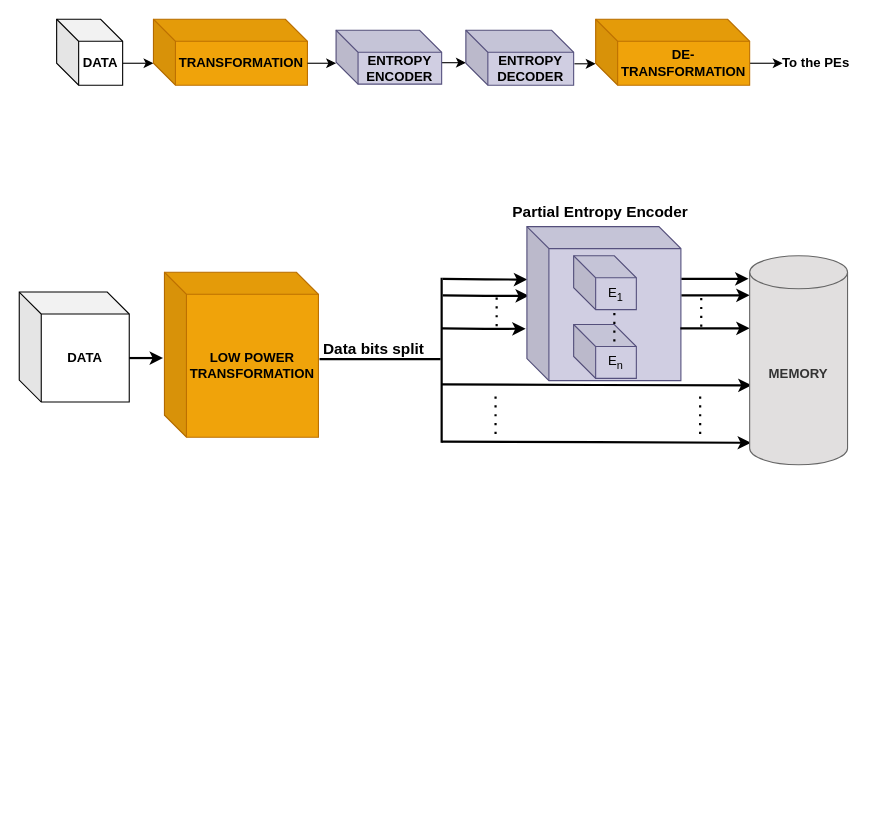
Earlier version of the draw.io diagram Proposed approach.drawio (Nithyarajoman/Drawio-figures). Source tidied: cells renumbered, new cells numbered last; positions are measured from the earlier drawing's top-left corner, leaving out a move shared by most shapes. Both pictures are drawn from the tidied source at 110%, with x=0, y=0 at pixel (19, 19).
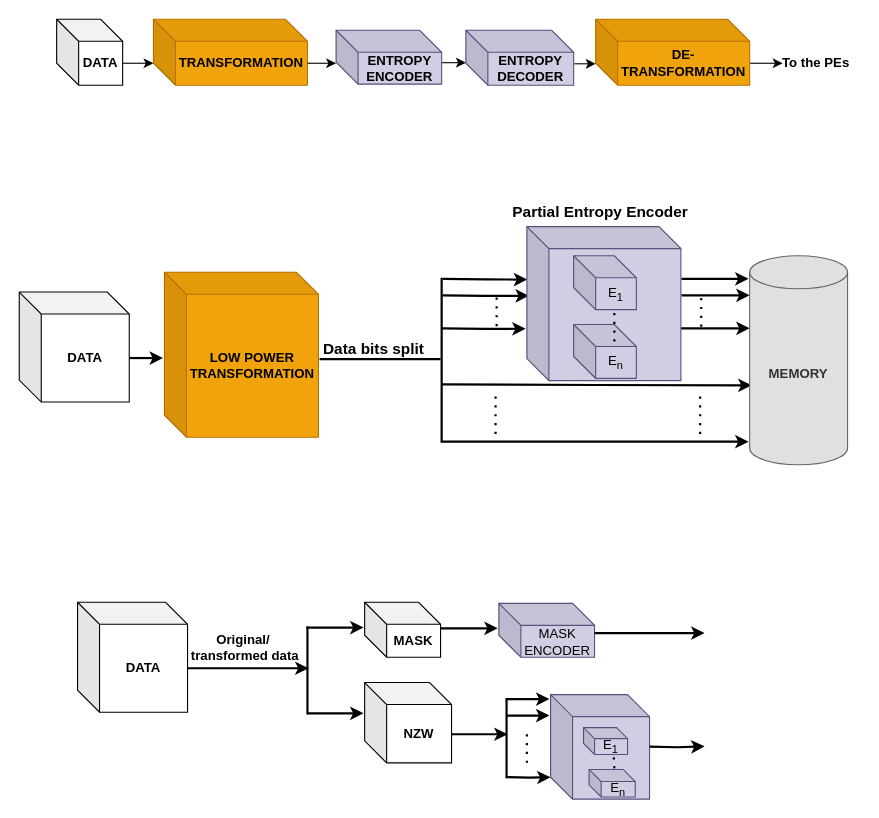
The same diagram, later.

Unchanged cells that the change refers to:
```xml
<mxCell id="32" value="&lt;b&gt;MEMORY&lt;/b&gt;" style="shape=cylinder3;whiteSpace=wrap;html=1;boundedLbl=1;backgroundOutline=1;size=15;fillColor=light-dark(#e1dfdf, #1a1a1a);strokeColor=#666666;fontColor=#333333;" parent="1" vertex="1">
  <mxGeometry x="664" y="215" width="89" height="190" as="geometry" />
</mxCell>
```

Change to the diagram source:
```diff
@@
-    <mxCell id="23" style="shape=cube;whiteSpace=wrap;html=1;boundedLbl=1;backgroundOutline=1;darkOpacity=0.05;darkOpacity2=0.1;fillColor=#d0cee2;strokeColor=#56517e;" parent="1" vertex="1">
-      <mxGeometry x="461.5" y="188.5" width="140" height="140" as="geometry" />
-    </mxCell>
@@
-    <mxCell id="26" style="edgeStyle=orthogonalEdgeStyle;rounded=0;jettySize=auto;html=1;exitX=0;exitY=0;exitDx=140;exitDy=40;exitPerimeter=0;strokeWidth=2;entryX=0.014;entryY=0.895;entryDx=0;entryDy=0;entryPerimeter=0;" parent="1" edge="1" target="32">
+    <mxCell id="26" style="edgeStyle=orthogonalEdgeStyle;rounded=0;orthogonalLoop=1;jettySize=auto;html=1;exitX=0;exitY=0;exitDx=140;exitDy=40;exitPerimeter=0;strokeWidth=2;" parent="1" edge="1">
       <mxGeometry relative="1" as="geometry">
         <mxPoint x="384" y="384" as="sourcePoint" />
+        <mxPoint x="663" y="384" as="targetPoint" />
       </mxGeometry>
     </mxCell>
@@
+    <mxCell id="38" value="&lt;b&gt;&lt;font&gt;DATA&lt;/font&gt;&lt;/b&gt;" style="shape=cube;whiteSpace=wrap;html=1;boundedLbl=1;backgroundOutline=1;darkOpacity=0.05;darkOpacity2=0.1;" parent="1" vertex="1">
+      <mxGeometry x="53" y="530" width="100" height="100" as="geometry" />
+    </mxCell>
+    <mxCell id="39" style="edgeStyle=orthogonalEdgeStyle;rounded=0;jettySize=auto;html=1;exitX=0;exitY=0;exitDx=100;exitDy=60;exitPerimeter=0;strokeWidth=2;" parent="1" edge="1" source="38">
+      <mxGeometry relative="1" as="geometry">
+        <mxPoint x="263" y="590" as="targetPoint" />
+      </mxGeometry>
+    </mxCell>
+    <mxCell id="40" value="&lt;b&gt;Original/&amp;nbsp;&lt;/b&gt;&lt;div&gt;&lt;b&gt;transformed data&lt;/b&gt;&lt;/div&gt;" style="text;html=1;align=center;verticalAlign=middle;strokeColor=none;fillColor=none;" parent="1" vertex="1">
+      <mxGeometry x="145" y="551" width="120" height="40" as="geometry" />
+    </mxCell>
+    <mxCell id="41" style="endArrow=none;html=1;rounded=0;strokeWidth=2;" parent="1" edge="1">
+      <mxGeometry relative="1" as="geometry">
+        <mxPoint x="262" y="632" as="sourcePoint" />
+        <mxPoint x="262" y="552" as="targetPoint" />
+      </mxGeometry>
+    </mxCell>
+    <mxCell id="42" style="edgeStyle=orthogonalEdgeStyle;rounded=0;orthogonalLoop=1;jettySize=auto;html=1;exitX=0;exitY=0;exitDx=140;exitDy=40;exitPerimeter=0;strokeWidth=2;" parent="1" edge="1">
+      <mxGeometry relative="1" as="geometry">
+        <mxPoint x="261" y="553" as="sourcePoint" />
+        <mxPoint x="313" y="553" as="targetPoint" />
+      </mxGeometry>
+    </mxCell>
+    <mxCell id="43" style="edgeStyle=orthogonalEdgeStyle;rounded=0;orthogonalLoop=1;jettySize=auto;html=1;exitX=0;exitY=0;exitDx=140;exitDy=40;exitPerimeter=0;strokeWidth=2;" parent="1" edge="1">
+      <mxGeometry relative="1" as="geometry">
+        <mxPoint x="262" y="631" as="sourcePoint" />
+        <mxPoint x="313" y="631" as="targetPoint" />
+      </mxGeometry>
+    </mxCell>
+    <mxCell id="44" value="&lt;b&gt;&lt;font&gt;MASK&lt;/font&gt;&lt;/b&gt;" style="shape=cube;whiteSpace=wrap;html=1;boundedLbl=1;backgroundOutline=1;darkOpacity=0.05;darkOpacity2=0.1;" parent="1" vertex="1">
+      <mxGeometry x="314" y="530" width="69" height="50" as="geometry" />
+    </mxCell>
+    <mxCell id="45" value="&lt;b&gt;NZW&lt;/b&gt;" style="shape=cube;whiteSpace=wrap;html=1;boundedLbl=1;backgroundOutline=1;darkOpacity=0.05;darkOpacity2=0.1;" parent="1" vertex="1">
+      <mxGeometry x="314" y="603" width="79" height="73" as="geometry" />
+    </mxCell>
+    <mxCell id="46" style="edgeStyle=orthogonalEdgeStyle;rounded=0;orthogonalLoop=1;jettySize=auto;html=1;exitX=0;exitY=0;exitDx=140;exitDy=40;exitPerimeter=0;strokeWidth=2;" parent="1" edge="1">
+      <mxGeometry relative="1" as="geometry">
+        <mxPoint x="383" y="553.7" as="sourcePoint" />
+        <mxPoint x="435" y="553.7" as="targetPoint" />
+      </mxGeometry>
+    </mxCell>
+    <mxCell id="47" value="MASK ENCODER" style="shape=cube;whiteSpace=wrap;html=1;boundedLbl=1;backgroundOutline=1;darkOpacity=0.05;darkOpacity2=0.1;fillColor=#d0cee2;strokeColor=#56517e;" parent="1" vertex="1">
+      <mxGeometry x="436" y="531" width="87" height="49" as="geometry" />
+    </mxCell>
+    <mxCell id="48" style="endArrow=none;html=1;rounded=0;strokeWidth=2;" parent="1" edge="1">
+      <mxGeometry relative="1" as="geometry">
+        <mxPoint x="443" y="690" as="sourcePoint" />
+        <mxPoint x="443" y="617" as="targetPoint" />
+      </mxGeometry>
+    </mxCell>
+    <mxCell id="49" style="edgeStyle=orthogonalEdgeStyle;rounded=0;orthogonalLoop=1;jettySize=auto;html=1;exitX=0;exitY=0;exitDx=140;exitDy=40;exitPerimeter=0;strokeWidth=2;" parent="1" edge="1">
+      <mxGeometry relative="1" as="geometry">
+        <mxPoint x="393" y="650" as="sourcePoint" />
+        <mxPoint x="444" y="650" as="targetPoint" />
+      </mxGeometry>
+    </mxCell>
+    <mxCell id="50" style="group;" parent="1" vertex="1">
+      <mxGeometry x="461.5" y="188.5" width="140" height="140" as="geometry" />
+    </mxCell>
+    <mxCell id="23" style="shape=cube;whiteSpace=wrap;html=1;boundedLbl=1;backgroundOutline=1;darkOpacity=0.05;darkOpacity2=0.1;fillColor=#d0cee2;strokeColor=#56517e;" parent="50" vertex="1">
+      <mxGeometry width="140" height="140" as="geometry" />
+    </mxCell>
-    <mxCell id="35" value="E&lt;sub&gt;1&lt;/sub&gt;" style="shape=cube;whiteSpace=wrap;html=1;boundedLbl=1;backgroundOutline=1;darkOpacity=0.05;darkOpacity2=0.1;fillColor=#d0cee2;strokeColor=#56517e;" parent="1" vertex="1">
-      <mxGeometry x="504" y="215" width="57" height="49" as="geometry" />
+    <mxCell id="35" value="E&lt;sub&gt;1&lt;/sub&gt;" style="shape=cube;whiteSpace=wrap;html=1;boundedLbl=1;backgroundOutline=1;darkOpacity=0.05;darkOpacity2=0.1;fillColor=#d0cee2;strokeColor=#56517e;" parent="50" vertex="1">
+      <mxGeometry x="42.5" y="26.5" width="57" height="49" as="geometry" />
     </mxCell>
-    <mxCell id="36" value="E&lt;sub&gt;n&lt;/sub&gt;" style="shape=cube;whiteSpace=wrap;html=1;boundedLbl=1;backgroundOutline=1;darkOpacity=0.05;darkOpacity2=0.1;fillColor=#d0cee2;strokeColor=#56517e;" parent="1" vertex="1">
-      <mxGeometry x="504" y="277.5" width="57" height="49" as="geometry" />
+    <mxCell id="36" value="E&lt;sub&gt;n&lt;/sub&gt;" style="shape=cube;whiteSpace=wrap;html=1;boundedLbl=1;backgroundOutline=1;darkOpacity=0.05;darkOpacity2=0.1;fillColor=#d0cee2;strokeColor=#56517e;" parent="50" vertex="1">
+      <mxGeometry x="42.5" y="89" width="57" height="49" as="geometry" />
     </mxCell>
-    <mxCell id="37" style="endArrow=none;dashed=1;html=1;dashPattern=1 3;strokeWidth=2;rounded=0;" parent="1" edge="1">
+    <mxCell id="37" style="endArrow=none;dashed=1;html=1;dashPattern=1 3;strokeWidth=2;rounded=0;" parent="50" edge="1">
       <mxGeometry relative="1" as="geometry">
-        <mxPoint x="541" y="293" as="sourcePoint" />
-        <mxPoint x="541" y="266" as="targetPoint" />
+        <mxPoint x="79.5" y="104.5" as="sourcePoint" />
+        <mxPoint x="79.5" y="77.5" as="targetPoint" />
       </mxGeometry>
     </mxCell>
+    <mxCell id="51" style="group;" parent="1" vertex="1">
+      <mxGeometry x="483" y="614" width="90" height="95" as="geometry" />
+    </mxCell>
+    <mxCell id="52" style="shape=cube;whiteSpace=wrap;html=1;boundedLbl=1;backgroundOutline=1;darkOpacity=0.05;darkOpacity2=0.1;fillColor=#d0cee2;strokeColor=#56517e;" parent="51" vertex="1">
+      <mxGeometry width="90" height="95" as="geometry" />
+    </mxCell>
+    <mxCell id="53" value="E&lt;sub&gt;1&lt;/sub&gt;" style="shape=cube;whiteSpace=wrap;html=1;boundedLbl=1;backgroundOutline=1;darkOpacity=0.05;darkOpacity2=0.1;fillColor=#d0cee2;strokeColor=#56517e;size=10;" parent="51" vertex="1">
+      <mxGeometry x="30" y="30" width="40" height="24.4" as="geometry" />
+    </mxCell>
+    <mxCell id="54" value="E&lt;sub&gt;n&lt;/sub&gt;" style="shape=cube;whiteSpace=wrap;html=1;boundedLbl=1;backgroundOutline=1;darkOpacity=0.05;darkOpacity2=0.1;fillColor=#d0cee2;strokeColor=#56517e;size=11;" parent="51" vertex="1">
+      <mxGeometry x="35" y="68" width="42" height="25" as="geometry" />
+    </mxCell>
+    <mxCell id="55" style="endArrow=none;dashed=1;html=1;dashPattern=1 3;strokeWidth=2;rounded=0;" parent="51" edge="1">
+      <mxGeometry relative="1" as="geometry">
+        <mxPoint x="58" y="67" as="sourcePoint" />
+        <mxPoint x="57.5" y="56.6" as="targetPoint" />
+      </mxGeometry>
+    </mxCell>
+    <mxCell id="56" style="edgeStyle=orthogonalEdgeStyle;rounded=0;orthogonalLoop=1;jettySize=auto;html=1;exitX=0;exitY=0;exitDx=140;exitDy=40;exitPerimeter=0;strokeWidth=2;" parent="1" edge="1">
+      <mxGeometry relative="1" as="geometry">
+        <mxPoint x="443" y="618" as="sourcePoint" />
+        <mxPoint x="482" y="618" as="targetPoint" />
+      </mxGeometry>
+    </mxCell>
+    <mxCell id="57" style="edgeStyle=orthogonalEdgeStyle;rounded=0;orthogonalLoop=1;jettySize=auto;html=1;exitX=0;exitY=0;exitDx=140;exitDy=40;exitPerimeter=0;strokeWidth=2;" parent="1" edge="1">
+      <mxGeometry relative="1" as="geometry">
+        <mxPoint x="443" y="633" as="sourcePoint" />
+        <mxPoint x="482" y="633" as="targetPoint" />
+      </mxGeometry>
+    </mxCell>
+    <mxCell id="58" style="edgeStyle=orthogonalEdgeStyle;rounded=0;orthogonalLoop=1;jettySize=auto;html=1;exitX=0;exitY=0;exitDx=140;exitDy=40;exitPerimeter=0;strokeWidth=2;" parent="1" edge="1">
+      <mxGeometry relative="1" as="geometry">
+        <mxPoint x="443" y="689" as="sourcePoint" />
+        <mxPoint x="483" y="689" as="targetPoint" />
+      </mxGeometry>
+    </mxCell>
+    <mxCell id="59" style="endArrow=none;dashed=1;html=1;dashPattern=1 3;strokeWidth=2;rounded=0;" parent="1" edge="1">
+      <mxGeometry relative="1" as="geometry">
+        <mxPoint x="461.5" y="676" as="sourcePoint" />
+        <mxPoint x="461.5" y="649" as="targetPoint" />
+        <Array as="points">
+          <mxPoint x="461.5" y="663" />
+        </Array>
+      </mxGeometry>
+    </mxCell>
+    <mxCell id="60" style="edgeStyle=orthogonalEdgeStyle;rounded=0;orthogonalLoop=1;jettySize=auto;html=1;exitX=0;exitY=0;exitDx=140;exitDy=40;exitPerimeter=0;strokeWidth=2;" parent="1" edge="1">
+      <mxGeometry relative="1" as="geometry">
+        <mxPoint x="523" y="558" as="sourcePoint" />
+        <mxPoint x="623" y="558" as="targetPoint" />
+      </mxGeometry>
+    </mxCell>
+    <mxCell id="61" style="edgeStyle=orthogonalEdgeStyle;rounded=0;orthogonalLoop=1;jettySize=auto;html=1;exitX=0;exitY=0;exitDx=140;exitDy=40;exitPerimeter=0;strokeWidth=2;" parent="1" edge="1">
+      <mxGeometry relative="1" as="geometry">
+        <mxPoint x="573" y="661.3" as="sourcePoint" />
+        <mxPoint x="623" y="661" as="targetPoint" />
+      </mxGeometry>
+    </mxCell>
```
